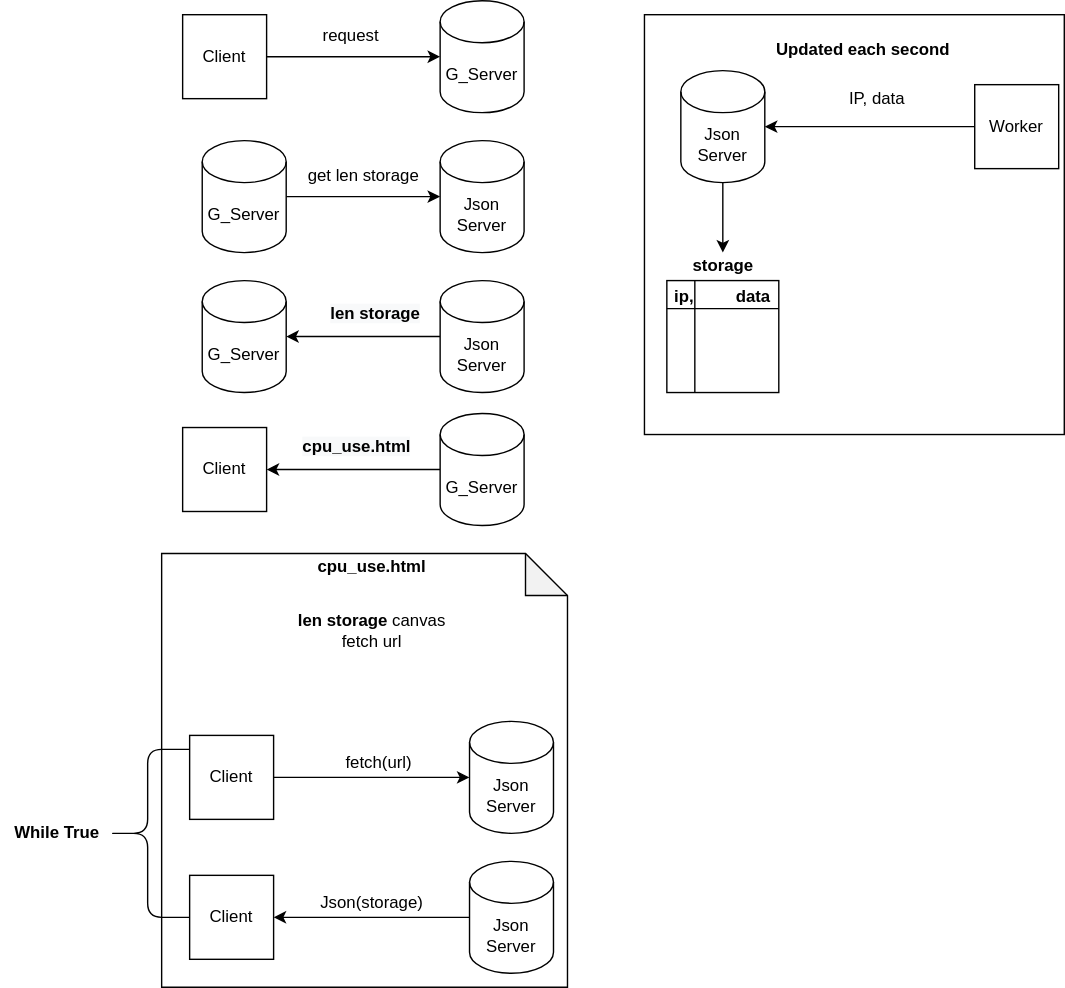
Before: goldbach_server/design/cpu_usage_protocol.svg, a diagram exported from draw.io (LeonelCamposM/Goldbach-sConjecture). Source tidied: cells renumbered, new cells last; positions are measured from the earlier drawing's top-left corner, leaving out a move shared by most shapes.
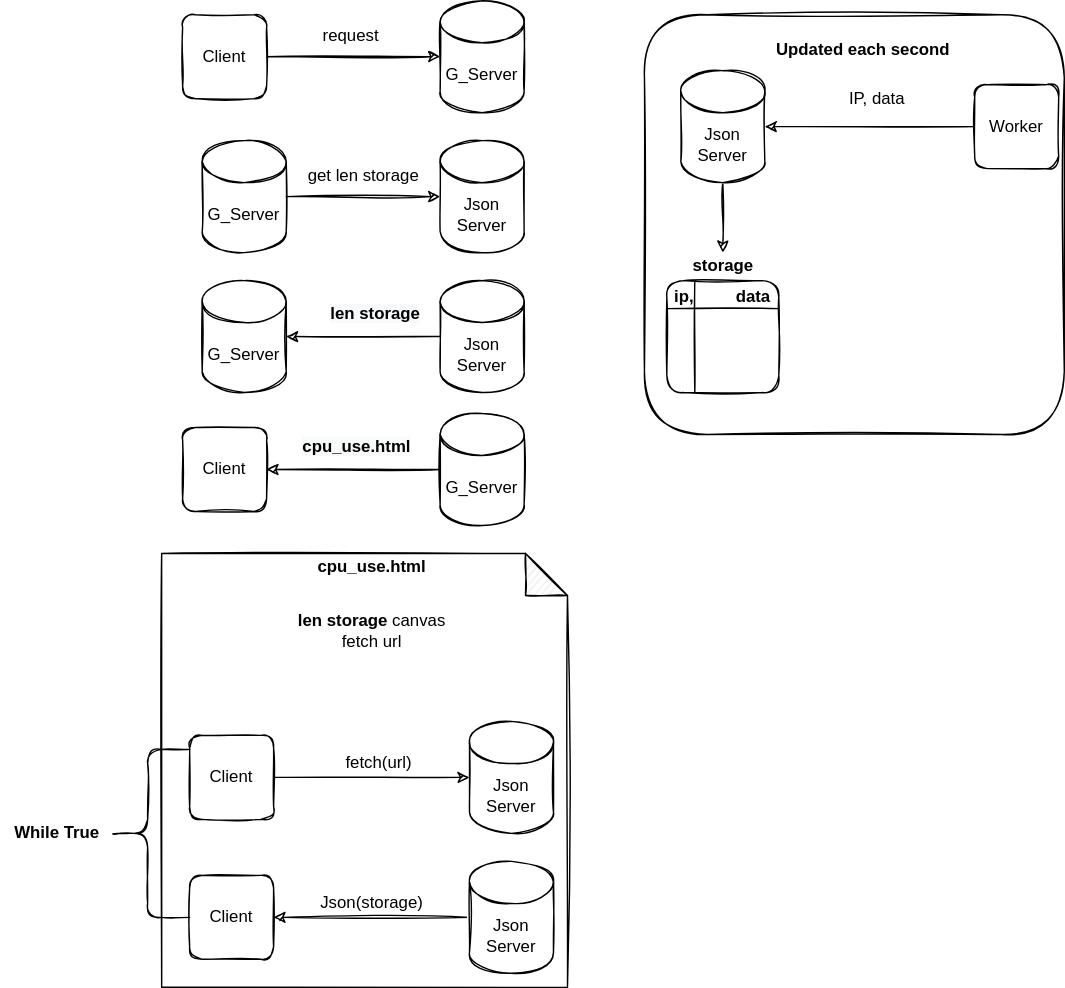
Later version of the same file.

The edit, as a diff of the source:
```diff
@@ -1,119 +1,119 @@
-<mxGraphModel>
+<mxGraphModel background="#ffffff">
   <root>
     <mxCell id="0" />
     <mxCell id="1" parent="0" />
-    <mxCell id="2" style="shape=note;whiteSpace=wrap;html=1;backgroundOutline=1;darkOpacity=0.05;" parent="1" vertex="1">
+    <mxCell id="2" style="shape=note;whiteSpace=wrap;html=1;backgroundOutline=1;darkOpacity=0.05;rounded=1;sketch=1;" parent="1" vertex="1">
       <mxGeometry x="115" y="395" width="290" height="310" as="geometry" />
     </mxCell>
-    <mxCell id="3" style="whiteSpace=wrap;html=1;" parent="1" vertex="1">
+    <mxCell id="3" style="whiteSpace=wrap;html=1;rounded=1;sketch=1;" parent="1" vertex="1">
       <mxGeometry x="460" y="10" width="300" height="300" as="geometry" />
     </mxCell>
-    <mxCell id="4" style="edgeStyle=orthogonalEdgeStyle;rounded=0;jettySize=auto;html=1;entryX=0;entryY=0.5;entryDx=0;entryDy=0;entryPerimeter=0;" parent="1" edge="1" source="5" target="6">
+    <mxCell id="4" style="edgeStyle=orthogonalEdgeStyle;rounded=1;jettySize=auto;html=1;entryX=0;entryY=0.5;entryDx=0;entryDy=0;entryPerimeter=0;sketch=1;" parent="1" edge="1" source="5" target="6">
       <mxGeometry relative="1" as="geometry" />
     </mxCell>
-    <mxCell id="5" value="Client" style="whiteSpace=wrap;html=1;" parent="1" vertex="1">
+    <mxCell id="5" value="Client" style="whiteSpace=wrap;html=1;rounded=1;sketch=1;" parent="1" vertex="1">
       <mxGeometry x="130" y="10" width="60" height="60" as="geometry" />
     </mxCell>
-    <mxCell id="6" value="G_Server" style="shape=cylinder3;whiteSpace=wrap;html=1;boundedLbl=1;backgroundOutline=1;size=15;" parent="1" vertex="1">
+    <mxCell id="6" value="G_Server" style="shape=cylinder3;whiteSpace=wrap;html=1;boundedLbl=1;backgroundOutline=1;size=15;rounded=1;sketch=1;" parent="1" vertex="1">
       <mxGeometry x="314" width="60" height="80" as="geometry" />
     </mxCell>
-    <mxCell id="7" value="request" style="text;html=1;align=center;verticalAlign=middle;strokeColor=none;fillColor=none;" parent="1" vertex="1">
+    <mxCell id="7" value="request" style="text;html=1;align=center;verticalAlign=middle;strokeColor=none;fillColor=none;rounded=1;sketch=1;" parent="1" vertex="1">
       <mxGeometry x="220" y="15" width="60" height="20" as="geometry" />
     </mxCell>
-    <mxCell id="8" style="edgeStyle=orthogonalEdgeStyle;rounded=0;jettySize=auto;html=1;" parent="1" edge="1" source="9" target="10">
+    <mxCell id="8" style="edgeStyle=orthogonalEdgeStyle;rounded=1;jettySize=auto;html=1;sketch=1;" parent="1" edge="1" source="9" target="10">
       <mxGeometry relative="1" as="geometry" />
     </mxCell>
-    <mxCell id="9" value="G_Server" style="shape=cylinder3;whiteSpace=wrap;html=1;boundedLbl=1;backgroundOutline=1;size=15;" parent="1" vertex="1">
+    <mxCell id="9" value="G_Server" style="shape=cylinder3;whiteSpace=wrap;html=1;boundedLbl=1;backgroundOutline=1;size=15;rounded=1;sketch=1;" parent="1" vertex="1">
       <mxGeometry x="314" y="295" width="60" height="80" as="geometry" />
     </mxCell>
-    <mxCell id="10" value="Client" style="whiteSpace=wrap;html=1;" parent="1" vertex="1">
+    <mxCell id="10" value="Client" style="whiteSpace=wrap;html=1;rounded=1;sketch=1;" parent="1" vertex="1">
       <mxGeometry x="130" y="305" width="60" height="60" as="geometry" />
     </mxCell>
-    <mxCell id="11" value="&lt;b&gt;cpu_use.html&lt;/b&gt;" style="text;html=1;align=center;verticalAlign=middle;strokeColor=none;fillColor=none;" parent="1" vertex="1">
+    <mxCell id="11" value="&lt;b&gt;cpu_use.html&lt;/b&gt;" style="text;html=1;align=center;verticalAlign=middle;strokeColor=none;fillColor=none;rounded=1;sketch=1;" parent="1" vertex="1">
       <mxGeometry x="220" y="395" width="90" height="20" as="geometry" />
     </mxCell>
-    <mxCell id="12" style="edgeStyle=orthogonalEdgeStyle;rounded=0;jettySize=auto;html=1;entryX=0;entryY=0.5;entryDx=0;entryDy=0;entryPerimeter=0;" parent="1" edge="1" source="13" target="15">
+    <mxCell id="12" style="edgeStyle=orthogonalEdgeStyle;rounded=1;jettySize=auto;html=1;entryX=0;entryY=0.5;entryDx=0;entryDy=0;entryPerimeter=0;sketch=1;" parent="1" edge="1" source="13" target="15">
       <mxGeometry relative="1" as="geometry" />
     </mxCell>
-    <mxCell id="13" value="Client" style="whiteSpace=wrap;html=1;" parent="1" vertex="1">
+    <mxCell id="13" value="Client" style="whiteSpace=wrap;html=1;rounded=1;sketch=1;" parent="1" vertex="1">
       <mxGeometry x="135" y="525" width="60" height="60" as="geometry" />
     </mxCell>
-    <mxCell id="14" value="fetch(url)" style="text;html=1;align=center;verticalAlign=middle;strokeColor=none;fillColor=none;" parent="1" vertex="1">
+    <mxCell id="14" value="fetch(url)" style="text;html=1;align=center;verticalAlign=middle;strokeColor=none;fillColor=none;rounded=1;sketch=1;" parent="1" vertex="1">
       <mxGeometry x="240" y="535" width="60" height="20" as="geometry" />
     </mxCell>
-    <mxCell id="15" value="Json&lt;br&gt;Server" style="shape=cylinder3;whiteSpace=wrap;html=1;boundedLbl=1;backgroundOutline=1;size=15;" parent="1" vertex="1">
+    <mxCell id="15" value="Json&lt;br&gt;Server" style="shape=cylinder3;whiteSpace=wrap;html=1;boundedLbl=1;backgroundOutline=1;size=15;rounded=1;sketch=1;" parent="1" vertex="1">
       <mxGeometry x="335" y="515" width="60" height="80" as="geometry" />
     </mxCell>
-    <mxCell id="16" style="edgeStyle=orthogonalEdgeStyle;rounded=0;jettySize=auto;html=1;entryX=1;entryY=0.5;entryDx=0;entryDy=0;" parent="1" edge="1" source="17" target="18">
+    <mxCell id="16" style="edgeStyle=orthogonalEdgeStyle;rounded=1;jettySize=auto;html=1;entryX=1;entryY=0.5;entryDx=0;entryDy=0;sketch=1;" parent="1" edge="1" source="17" target="18">
       <mxGeometry relative="1" as="geometry" />
     </mxCell>
-    <mxCell id="17" value="Json&lt;br&gt;Server" style="shape=cylinder3;whiteSpace=wrap;html=1;boundedLbl=1;backgroundOutline=1;size=15;" parent="1" vertex="1">
+    <mxCell id="17" value="Json&lt;br&gt;Server" style="shape=cylinder3;whiteSpace=wrap;html=1;boundedLbl=1;backgroundOutline=1;size=15;rounded=1;sketch=1;" parent="1" vertex="1">
       <mxGeometry x="335" y="615" width="60" height="80" as="geometry" />
     </mxCell>
-    <mxCell id="18" value="Client" style="whiteSpace=wrap;html=1;" parent="1" vertex="1">
+    <mxCell id="18" value="Client" style="whiteSpace=wrap;html=1;rounded=1;sketch=1;" parent="1" vertex="1">
       <mxGeometry x="135" y="625" width="60" height="60" as="geometry" />
     </mxCell>
-    <mxCell id="19" value="Json(storage)" style="text;html=1;align=center;verticalAlign=middle;strokeColor=none;fillColor=none;" parent="1" vertex="1">
+    <mxCell id="19" value="Json(storage)" style="text;html=1;align=center;verticalAlign=middle;strokeColor=none;fillColor=none;rounded=1;sketch=1;" parent="1" vertex="1">
       <mxGeometry x="220" y="635" width="90" height="20" as="geometry" />
     </mxCell>
-    <mxCell id="20" style="edgeStyle=orthogonalEdgeStyle;rounded=0;jettySize=auto;html=1;entryX=1;entryY=0.5;entryDx=0;entryDy=0;entryPerimeter=0;" parent="1" edge="1" source="21" target="23">
+    <mxCell id="20" style="edgeStyle=orthogonalEdgeStyle;rounded=1;jettySize=auto;html=1;entryX=1;entryY=0.5;entryDx=0;entryDy=0;entryPerimeter=0;sketch=1;" parent="1" edge="1" source="21" target="23">
       <mxGeometry relative="1" as="geometry" />
     </mxCell>
-    <mxCell id="21" value="Worker" style="whiteSpace=wrap;html=1;" parent="1" vertex="1">
+    <mxCell id="21" value="Worker" style="whiteSpace=wrap;html=1;rounded=1;sketch=1;" parent="1" vertex="1">
       <mxGeometry x="696" y="60" width="60" height="60" as="geometry" />
     </mxCell>
-    <mxCell id="22" style="edgeStyle=orthogonalEdgeStyle;rounded=0;jettySize=auto;html=1;" parent="1" edge="1" source="23" target="26">
+    <mxCell id="22" style="edgeStyle=orthogonalEdgeStyle;rounded=1;jettySize=auto;html=1;sketch=1;" parent="1" edge="1" source="23" target="26">
       <mxGeometry relative="1" as="geometry" />
     </mxCell>
-    <mxCell id="23" value="Json&lt;br&gt;Server" style="shape=cylinder3;whiteSpace=wrap;html=1;boundedLbl=1;backgroundOutline=1;size=15;" parent="1" vertex="1">
+    <mxCell id="23" value="Json&lt;br&gt;Server" style="shape=cylinder3;whiteSpace=wrap;html=1;boundedLbl=1;backgroundOutline=1;size=15;rounded=1;sketch=1;" parent="1" vertex="1">
       <mxGeometry x="486" y="50" width="60" height="80" as="geometry" />
     </mxCell>
-    <mxCell id="24" value="IP, data" style="text;html=1;align=center;verticalAlign=middle;strokeColor=none;fillColor=none;" parent="1" vertex="1">
+    <mxCell id="24" value="IP, data" style="text;html=1;align=center;verticalAlign=middle;strokeColor=none;fillColor=none;rounded=1;sketch=1;" parent="1" vertex="1">
       <mxGeometry x="596" y="60" width="60" height="20" as="geometry" />
     </mxCell>
-    <mxCell id="25" value="&lt;b&gt;ip,&amp;nbsp; &amp;nbsp; &amp;nbsp; &amp;nbsp; &amp;nbsp;data&lt;/b&gt;&lt;br&gt;&lt;br&gt;&lt;br&gt;&lt;br&gt;&lt;br&gt;" style="shape=internalStorage;whiteSpace=wrap;html=1;backgroundOutline=1;" parent="1" vertex="1">
+    <mxCell id="25" value="&lt;b&gt;ip,&amp;nbsp; &amp;nbsp; &amp;nbsp; &amp;nbsp; &amp;nbsp;data&lt;/b&gt;&lt;br&gt;&lt;br&gt;&lt;br&gt;&lt;br&gt;&lt;br&gt;" style="shape=internalStorage;whiteSpace=wrap;html=1;backgroundOutline=1;rounded=1;sketch=1;" parent="1" vertex="1">
       <mxGeometry x="476" y="200" width="80" height="80" as="geometry" />
     </mxCell>
-    <mxCell id="26" value="&lt;b&gt;storage&lt;/b&gt;" style="text;html=1;align=center;verticalAlign=middle;points=[];strokeColor=none;fillColor=none;" parent="1" vertex="1">
+    <mxCell id="26" value="&lt;b&gt;storage&lt;/b&gt;" style="text;html=1;align=center;verticalAlign=middle;points=[];strokeColor=none;fillColor=none;rounded=1;sketch=1;" parent="1" vertex="1">
       <mxGeometry x="486" y="180" width="60" height="20" as="geometry" />
     </mxCell>
-    <mxCell id="27" value="&lt;b&gt;Updated each second&lt;/b&gt;" style="text;html=1;align=center;verticalAlign=middle;strokeColor=none;fillColor=none;" parent="1" vertex="1">
+    <mxCell id="27" value="&lt;b&gt;Updated each second&lt;/b&gt;" style="text;html=1;align=center;verticalAlign=middle;strokeColor=none;fillColor=none;rounded=1;sketch=1;" parent="1" vertex="1">
       <mxGeometry x="546" y="25" width="140" height="20" as="geometry" />
     </mxCell>
-    <mxCell id="28" value="&lt;span style=&quot;font-family: &amp;#34;helvetica&amp;#34;&quot;&gt;&lt;b&gt;len storage&lt;/b&gt; canvas&lt;/span&gt;&lt;br&gt;fetch url" style="text;html=1;align=center;verticalAlign=middle;strokeColor=none;fillColor=none;" parent="1" vertex="1">
+    <mxCell id="28" value="&lt;span style=&quot;font-family: &amp;#34;helvetica&amp;#34;&quot;&gt;&lt;b&gt;len storage&lt;/b&gt; canvas&lt;/span&gt;&lt;br&gt;fetch url" style="text;html=1;align=center;verticalAlign=middle;strokeColor=none;fillColor=none;rounded=1;sketch=1;" parent="1" vertex="1">
       <mxGeometry x="205" y="435" width="120" height="30" as="geometry" />
     </mxCell>
-    <mxCell id="29" value="&lt;b style=&quot;color: rgb(0, 0, 0); font-family: helvetica; font-size: 12px; font-style: normal; letter-spacing: normal; text-align: center; text-indent: 0px; text-transform: none; word-spacing: 0px; background-color: rgb(248, 249, 250);&quot;&gt;cpu_use.html&lt;/b&gt;" style="text;whiteSpace=wrap;html=1;" parent="1" vertex="1">
+    <mxCell id="29" value="&lt;b style=&quot;color: rgb(0, 0, 0); font-family: helvetica; font-size: 12px; font-style: normal; letter-spacing: normal; text-align: center; text-indent: 0px; text-transform: none; word-spacing: 0px; background-color: rgb(248, 249, 250);&quot;&gt;cpu_use.html&lt;/b&gt;" style="text;whiteSpace=wrap;html=1;rounded=1;sketch=1;" parent="1" vertex="1">
       <mxGeometry x="214" y="305" width="100" height="30" as="geometry" />
     </mxCell>
-    <mxCell id="30" style="shape=curlyBracket;whiteSpace=wrap;html=1;rounded=1;" parent="1" vertex="1">
+    <mxCell id="30" style="shape=curlyBracket;whiteSpace=wrap;html=1;rounded=1;sketch=1;" parent="1" vertex="1">
       <mxGeometry x="75" y="535" width="60" height="120" as="geometry" />
     </mxCell>
-    <mxCell id="31" value="&lt;b&gt;While True&lt;/b&gt;" style="text;html=1;align=center;verticalAlign=middle;strokeColor=none;fillColor=none;" parent="1" vertex="1">
+    <mxCell id="31" value="&lt;b&gt;While True&lt;/b&gt;" style="text;html=1;align=center;verticalAlign=middle;strokeColor=none;fillColor=none;rounded=1;sketch=1;" parent="1" vertex="1">
       <mxGeometry y="585" width="80" height="20" as="geometry" />
     </mxCell>
-    <mxCell id="32" style="edgeStyle=orthogonalEdgeStyle;rounded=0;jettySize=auto;html=1;" parent="1" edge="1" source="33" target="34">
+    <mxCell id="32" style="edgeStyle=orthogonalEdgeStyle;rounded=1;jettySize=auto;html=1;sketch=1;" parent="1" edge="1" source="33" target="34">
       <mxGeometry relative="1" as="geometry" />
     </mxCell>
-    <mxCell id="33" value="G_Server" style="shape=cylinder3;whiteSpace=wrap;html=1;boundedLbl=1;backgroundOutline=1;size=15;" parent="1" vertex="1">
+    <mxCell id="33" value="G_Server" style="shape=cylinder3;whiteSpace=wrap;html=1;boundedLbl=1;backgroundOutline=1;size=15;rounded=1;sketch=1;" parent="1" vertex="1">
       <mxGeometry x="144" y="100" width="60" height="80" as="geometry" />
     </mxCell>
-    <mxCell id="34" value="Json&lt;br&gt;Server" style="shape=cylinder3;whiteSpace=wrap;html=1;boundedLbl=1;backgroundOutline=1;size=15;" parent="1" vertex="1">
+    <mxCell id="34" value="Json&lt;br&gt;Server" style="shape=cylinder3;whiteSpace=wrap;html=1;boundedLbl=1;backgroundOutline=1;size=15;rounded=1;sketch=1;" parent="1" vertex="1">
       <mxGeometry x="314" y="100" width="60" height="80" as="geometry" />
     </mxCell>
-    <mxCell id="35" value="get len storage" style="text;html=1;align=center;verticalAlign=middle;strokeColor=none;fillColor=none;" parent="1" vertex="1">
+    <mxCell id="35" value="get len storage" style="text;html=1;align=center;verticalAlign=middle;strokeColor=none;fillColor=none;rounded=1;sketch=1;" parent="1" vertex="1">
       <mxGeometry x="214" y="115" width="90" height="20" as="geometry" />
     </mxCell>
-    <mxCell id="36" style="edgeStyle=orthogonalEdgeStyle;rounded=0;jettySize=auto;html=1;entryX=1;entryY=0.5;entryDx=0;entryDy=0;entryPerimeter=0;" parent="1" edge="1" source="37" target="38">
+    <mxCell id="36" style="edgeStyle=orthogonalEdgeStyle;rounded=1;jettySize=auto;html=1;entryX=1;entryY=0.5;entryDx=0;entryDy=0;entryPerimeter=0;sketch=1;" parent="1" edge="1" source="37" target="38">
       <mxGeometry relative="1" as="geometry" />
     </mxCell>
-    <mxCell id="37" value="Json&lt;br&gt;Server" style="shape=cylinder3;whiteSpace=wrap;html=1;boundedLbl=1;backgroundOutline=1;size=15;" parent="1" vertex="1">
+    <mxCell id="37" value="Json&lt;br&gt;Server" style="shape=cylinder3;whiteSpace=wrap;html=1;boundedLbl=1;backgroundOutline=1;size=15;rounded=1;sketch=1;" parent="1" vertex="1">
       <mxGeometry x="314" y="200" width="60" height="80" as="geometry" />
     </mxCell>
-    <mxCell id="38" value="G_Server" style="shape=cylinder3;whiteSpace=wrap;html=1;boundedLbl=1;backgroundOutline=1;size=15;" parent="1" vertex="1">
+    <mxCell id="38" value="G_Server" style="shape=cylinder3;whiteSpace=wrap;html=1;boundedLbl=1;backgroundOutline=1;size=15;rounded=1;sketch=1;" parent="1" vertex="1">
       <mxGeometry x="144" y="200" width="60" height="80" as="geometry" />
     </mxCell>
-    <mxCell id="39" value="&lt;span style=&quot;color: rgb(0 , 0 , 0) ; font-family: &amp;#34;helvetica&amp;#34; ; font-size: 12px ; font-style: normal ; letter-spacing: normal ; text-align: center ; text-indent: 0px ; text-transform: none ; word-spacing: 0px ; background-color: rgb(248 , 249 , 250) ; display: inline ; float: none&quot;&gt;&lt;b&gt;len storage&lt;/b&gt;&lt;/span&gt;" style="text;whiteSpace=wrap;html=1;" parent="1" vertex="1">
+    <mxCell id="39" value="&lt;span style=&quot;color: rgb(0 , 0 , 0) ; font-family: &amp;#34;helvetica&amp;#34; ; font-size: 12px ; font-style: normal ; letter-spacing: normal ; text-align: center ; text-indent: 0px ; text-transform: none ; word-spacing: 0px ; background-color: rgb(248 , 249 , 250) ; display: inline ; float: none&quot;&gt;&lt;b&gt;len storage&lt;/b&gt;&lt;/span&gt;" style="text;whiteSpace=wrap;html=1;rounded=1;sketch=1;" parent="1" vertex="1">
       <mxGeometry x="234" y="210" width="100" height="30" as="geometry" />
     </mxCell>
   </root>
```
